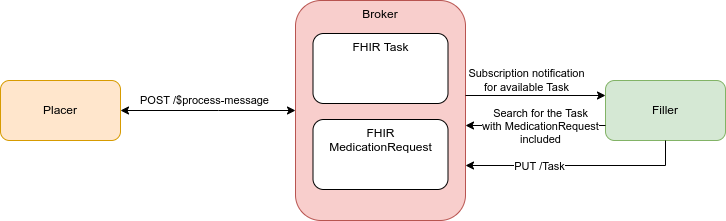
Above: images/workflow-optionl.png in HL7/fhir (draw.io), before the change. Source tidied: cells renumbered, new cells last; positions are measured from the earlier drawing's top-left corner, leaving out a move shared by most shapes. The source it was exported from:
```xml
<mxGraphModel>
  <root>
    <mxCell id="0" />
    <mxCell id="1" parent="0" />
    <mxCell id="2" value="Placer" style="rounded=1;whiteSpace=wrap;html=1;fillColor=#ffe6cc;strokeColor=#d79b00;" parent="1" vertex="1">
      <mxGeometry y="80" width="120" height="60" as="geometry" />
    </mxCell>
    <mxCell id="3" value="Broker" style="rounded=1;whiteSpace=wrap;html=1;fillColor=#f8cecc;strokeColor=#b85450;verticalAlign=top;" parent="1" vertex="1">
      <mxGeometry x="295" width="170" height="220" as="geometry" />
    </mxCell>
    <mxCell id="4" value="FHIR Task" style="rounded=1;whiteSpace=wrap;html=1;align=center;verticalAlign=top;" parent="1" vertex="1">
      <mxGeometry x="312.5" y="33" width="135" height="70" as="geometry" />
    </mxCell>
    <mxCell id="5" value="FHIR MedicationRequest" style="rounded=1;whiteSpace=wrap;html=1;align=center;verticalAlign=top;" parent="1" vertex="1">
      <mxGeometry x="312.5" y="119" width="135" height="70" as="geometry" />
    </mxCell>
    <mxCell id="6" value="POST /$process-message" style="endArrow=classic;html=1;rounded=0;startArrow=classic;startFill=1;exitX=1;exitY=0.5;exitDx=0;exitDy=0;" parent="1" edge="1" source="2">
      <mxGeometry x="-0.04" y="10" relative="1" as="geometry">
        <mxPoint x="295" y="110" as="targetPoint" />
        <Array as="points">
          <mxPoint x="218" y="110" />
        </Array>
      </mxGeometry>
    </mxCell>
    <mxCell id="7" value="Filler" style="rounded=1;whiteSpace=wrap;html=1;fillColor=#d5e8d4;strokeColor=#82b366;" parent="1" vertex="1">
      <mxGeometry x="605" y="80" width="120" height="60" as="geometry" />
    </mxCell>
    <mxCell id="8" style="endArrow=classic;html=1;rounded=0;entryX=0;entryY=0.25;entryDx=0;entryDy=0;" parent="1" edge="1" target="7">
      <mxGeometry relative="1" as="geometry">
        <mxPoint x="465" y="95" as="sourcePoint" />
      </mxGeometry>
    </mxCell>
    <mxCell id="9" value="Subscription notification&lt;br&gt;for available Task" style="edgeLabel;html=1;align=center;verticalAlign=middle;" parent="8" vertex="1">
      <mxGeometry x="-0.14" relative="1" as="geometry">
        <mxPoint y="-16" as="offset" />
      </mxGeometry>
    </mxCell>
    <mxCell id="10" style="endArrow=classic;html=1;rounded=0;exitX=0;exitY=0.75;exitDx=0;exitDy=0;" parent="1" edge="1" source="7">
      <mxGeometry relative="1" as="geometry">
        <mxPoint x="465" y="125" as="targetPoint" />
      </mxGeometry>
    </mxCell>
    <mxCell id="11" value="Search for the Task&lt;br&gt;with MedicationRequest&lt;br&gt;included" style="edgeLabel;html=1;align=center;verticalAlign=middle;" parent="10" vertex="1">
      <mxGeometry x="0.16" y="3" relative="1" as="geometry">
        <mxPoint x="15" y="-3" as="offset" />
      </mxGeometry>
    </mxCell>
    <mxCell id="12" style="endArrow=classic;html=1;rounded=0;exitX=0.5;exitY=1;exitDx=0;exitDy=0;entryX=1;entryY=0.75;entryDx=0;entryDy=0;" parent="1" edge="1" source="7" target="3">
      <mxGeometry relative="1" as="geometry">
        <Array as="points">
          <mxPoint x="665" y="165" />
        </Array>
      </mxGeometry>
    </mxCell>
    <mxCell id="13" value="PUT /Task" style="edgeLabel;html=1;align=center;verticalAlign=middle;" parent="12" vertex="1">
      <mxGeometry x="-0.24" y="2" relative="1" as="geometry">
        <mxPoint x="-67" y="-2" as="offset" />
      </mxGeometry>
    </mxCell>
  </root>
</mxGraphModel>
```
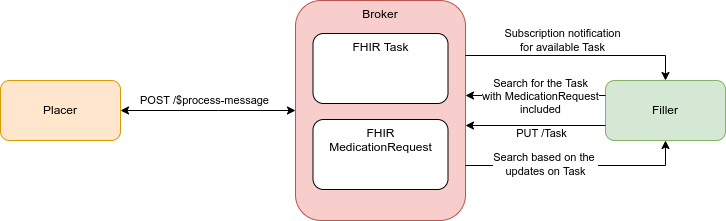
Later version of the same file.

Change to the diagram source:
```diff
@@ -25,9 +25,11 @@
     <mxCell id="7" value="Filler" style="rounded=1;whiteSpace=wrap;html=1;fillColor=#d5e8d4;strokeColor=#82b366;" parent="1" vertex="1">
       <mxGeometry x="605" y="80" width="120" height="60" as="geometry" />
     </mxCell>
-    <mxCell id="8" style="endArrow=classic;html=1;rounded=0;entryX=0;entryY=0.25;entryDx=0;entryDy=0;" parent="1" edge="1" target="7">
+    <mxCell id="8" style="endArrow=classic;html=1;rounded=0;entryX=0.5;entryY=0;entryDx=0;entryDy=0;exitX=1;exitY=0.25;exitDx=0;exitDy=0;" parent="1" edge="1" source="3" target="7">
       <mxGeometry relative="1" as="geometry">
-        <mxPoint x="465" y="95" as="sourcePoint" />
+        <Array as="points">
+          <mxPoint x="665" y="55" />
+        </Array>
       </mxGeometry>
     </mxCell>
     <mxCell id="9" value="Subscription notification&lt;br&gt;for available Task" style="edgeLabel;html=1;align=center;verticalAlign=middle;" parent="8" vertex="1">
@@ -35,9 +37,9 @@
         <mxPoint y="-16" as="offset" />
       </mxGeometry>
     </mxCell>
-    <mxCell id="10" style="endArrow=classic;html=1;rounded=0;exitX=0;exitY=0.75;exitDx=0;exitDy=0;" parent="1" edge="1" source="7">
+    <mxCell id="10" style="endArrow=classic;html=1;rounded=0;exitX=0;exitY=0.25;exitDx=0;exitDy=0;" parent="1" edge="1" source="7">
       <mxGeometry relative="1" as="geometry">
-        <mxPoint x="465" y="125" as="targetPoint" />
+        <mxPoint x="465" y="95" as="targetPoint" />
       </mxGeometry>
     </mxCell>
     <mxCell id="11" value="Search for the Task&lt;br&gt;with MedicationRequest&lt;br&gt;included" style="edgeLabel;html=1;align=center;verticalAlign=middle;" parent="10" vertex="1">
@@ -45,17 +47,27 @@
         <mxPoint x="15" y="-3" as="offset" />
       </mxGeometry>
     </mxCell>
-    <mxCell id="12" style="endArrow=classic;html=1;rounded=0;exitX=0.5;exitY=1;exitDx=0;exitDy=0;entryX=1;entryY=0.75;entryDx=0;entryDy=0;" parent="1" edge="1" source="7" target="3">
+    <mxCell id="12" style="endArrow=classic;html=1;rounded=0;exitX=0;exitY=0.75;exitDx=0;exitDy=0;" parent="1" edge="1" source="7">
       <mxGeometry relative="1" as="geometry">
-        <Array as="points">
-          <mxPoint x="665" y="165" />
-        </Array>
+        <mxPoint x="465" y="125" as="targetPoint" />
       </mxGeometry>
     </mxCell>
     <mxCell id="13" value="PUT /Task" style="edgeLabel;html=1;align=center;verticalAlign=middle;" parent="12" vertex="1">
       <mxGeometry x="-0.24" y="2" relative="1" as="geometry">
-        <mxPoint x="-67" y="-2" as="offset" />
+        <mxPoint x="-12" y="5" as="offset" />
       </mxGeometry>
     </mxCell>
+    <mxCell id="14" style="endArrow=classic;html=1;rounded=0;entryX=0.5;entryY=1;entryDx=0;entryDy=0;exitX=1;exitY=0.75;exitDx=0;exitDy=0;" parent="1" edge="1" source="3" target="7">
+      <mxGeometry relative="1" as="geometry">
+        <Array as="points">
+          <mxPoint x="665" y="165" />
+        </Array>
+      </mxGeometry>
+    </mxCell>
+    <mxCell id="15" value="Search based on the &lt;br&gt;updates on Task" style="edgeLabel;html=1;align=center;verticalAlign=middle;" parent="14" vertex="1">
+      <mxGeometry x="-0.46" y="-2" relative="1" as="geometry">
+        <mxPoint x="18" y="-4" as="offset" />
+      </mxGeometry>
+    </mxCell>
   </root>
 </mxGraphModel>
```
